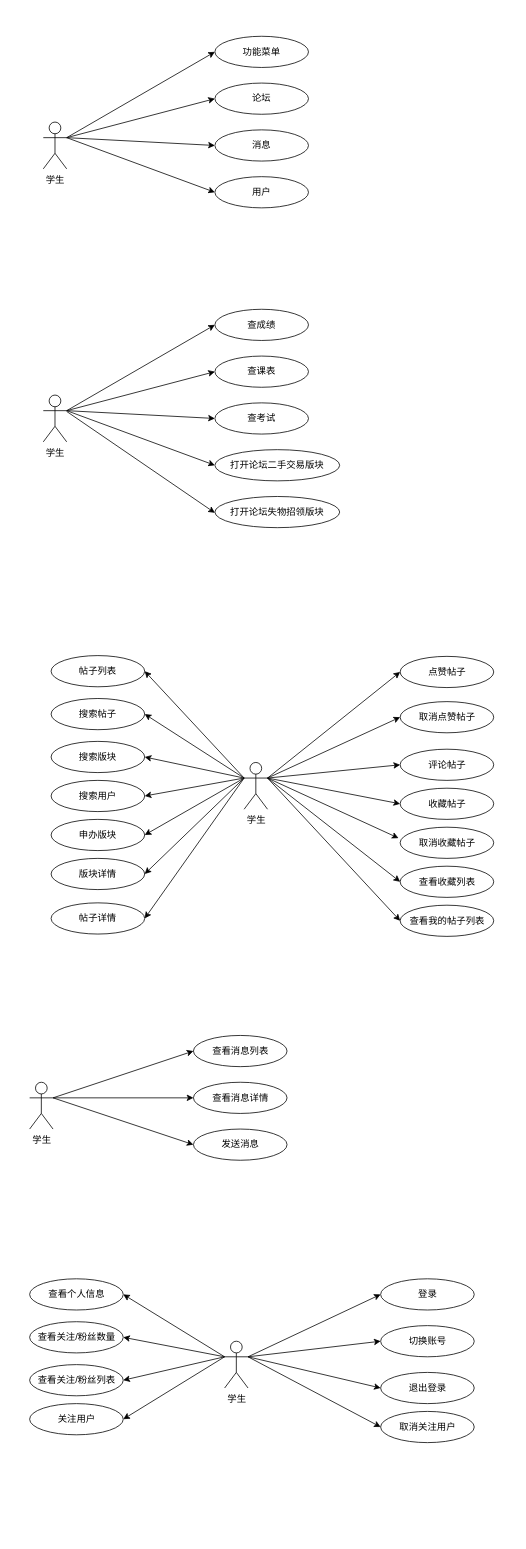
Above: public/用例图.drawio in CodeMonkeyJeffGT/youBack (draw.io), before the change. Source tidied: cells renumbered, new cells numbered last; positions are measured from the earlier drawing's top-left corner, leaving out a move shared by most shapes. Both pictures are drawn from the tidied source at 78%, with x=0, y=0 at pixel (29, 36).
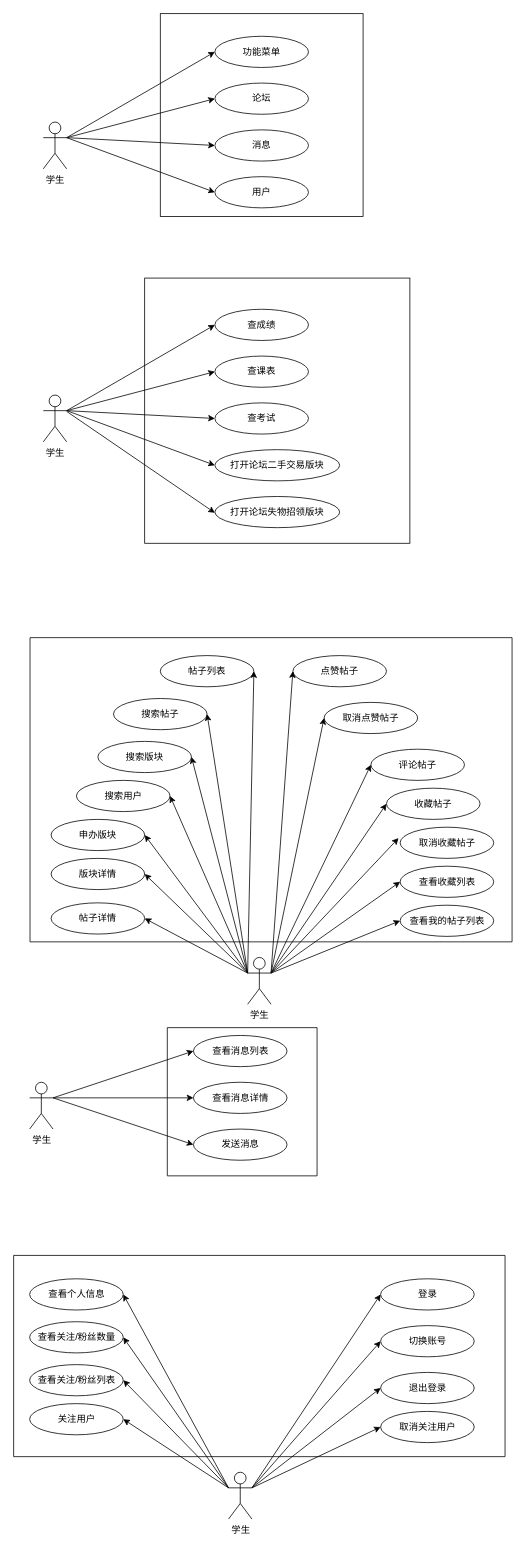
Above is the later version.

Commit message:
更新用例图.drawio

Unchanged cells that the change refers to:
```xml
<mxCell id="30" value="登录" style="ellipse;whiteSpace=wrap;html=1;" parent="1" vertex="1">
  <mxGeometry x="450.5" y="1593" width="120" height="40" as="geometry" />
</mxCell>
<mxCell id="32" value="切换账号" style="ellipse;whiteSpace=wrap;html=1;" parent="1" vertex="1">
  <mxGeometry x="450.5" y="1653" width="120" height="40" as="geometry" />
</mxCell>
<mxCell id="35" value="退出登录" style="ellipse;whiteSpace=wrap;html=1;" parent="1" vertex="1">
  <mxGeometry x="450.5" y="1713" width="120" height="40" as="geometry" />
</mxCell>
<mxCell id="37" value="查看关注/粉丝数量" style="ellipse;whiteSpace=wrap;html=1;" parent="1" vertex="1">
  <mxGeometry x="0.5" y="1648" width="120" height="40" as="geometry" />
</mxCell>
<mxCell id="38" value="查看关注/粉丝列表" style="ellipse;whiteSpace=wrap;html=1;" parent="1" vertex="1">
  <mxGeometry x="0.5" y="1703" width="120" height="40" as="geometry" />
</mxCell>
<mxCell id="42" value="关注用户" style="ellipse;whiteSpace=wrap;html=1;" parent="1" vertex="1">
  <mxGeometry x="0.5" y="1753" width="120" height="40" as="geometry" />
</mxCell>
```

Change to the diagram source:
```diff
@@
+    <mxCell id="75" style="verticalLabelPosition=bottom;verticalAlign=top;html=1;shape=mxgraph.basic.rect;fillColor=#ffffff;fillColor2=none;strokeColor=#000000;strokeWidth=1;size=20;indent=5;" parent="1" vertex="1">
+      <mxGeometry x="-20" y="1563" width="630" height="258" as="geometry" />
+    </mxCell>
+    <mxCell id="76" style="verticalLabelPosition=bottom;verticalAlign=top;html=1;shape=mxgraph.basic.rect;fillColor=#ffffff;fillColor2=none;strokeColor=#000000;strokeWidth=1;size=20;indent=5;" parent="1" vertex="1">
+      <mxGeometry x="177" y="1271" width="192" height="190" as="geometry" />
+    </mxCell>
+    <mxCell id="77" style="verticalLabelPosition=bottom;verticalAlign=top;html=1;shape=mxgraph.basic.rect;fillColor=#ffffff;fillColor2=none;strokeColor=#000000;strokeWidth=1;size=20;indent=5;" parent="1" vertex="1">
+      <mxGeometry x="1" y="771" width="618" height="390" as="geometry" />
+    </mxCell>
+    <mxCell id="78" style="whiteSpace=wrap;html=1;" parent="1" vertex="1">
+      <mxGeometry x="148" y="310" width="340" height="340" as="geometry" />
+    </mxCell>
+    <mxCell id="79" style="whiteSpace=wrap;html=1;" parent="1" vertex="1">
+      <mxGeometry x="168" y="-29" width="260" height="260" as="geometry" />
+    </mxCell>
@@
     <mxCell id="29" value="学生" style="shape=umlActor;verticalLabelPosition=bottom;labelBackgroundColor=#ffffff;verticalAlign=top;html=1;outlineConnect=0;" parent="1" vertex="1">
-      <mxGeometry x="250.5" y="1673" width="30" height="60" as="geometry" />
+      <mxGeometry x="255.5" y="1841" width="30" height="60" as="geometry" />
     </mxCell>
@@
-    <mxCell id="31" style="endArrow=classic;html=1;entryX=0;entryY=0.5;entryDx=0;entryDy=0;" parent="1" edge="1" target="30">
-      <mxGeometry relative="1" as="geometry">
-        <mxPoint x="280.5" y="1693" as="sourcePoint" />
-      </mxGeometry>
+    <mxCell id="31" style="endArrow=classic;html=1;entryX=0;entryY=0.5;entryDx=0;entryDy=0;exitX=1;exitY=0.3333333333333333;exitDx=0;exitDy=0;exitPerimeter=0;" parent="1" edge="1" source="29" target="30">
+      <mxGeometry relative="1" as="geometry" />
     </mxCell>
@@
-    <mxCell id="33" style="endArrow=classic;html=1;entryX=0;entryY=0.5;entryDx=0;entryDy=0;" parent="1" edge="1" target="32">
-      <mxGeometry relative="1" as="geometry">
-        <mxPoint x="280.5" y="1693" as="sourcePoint" />
-      </mxGeometry>
+    <mxCell id="33" style="endArrow=classic;html=1;entryX=0;entryY=0.5;entryDx=0;entryDy=0;exitX=1;exitY=0.3333333333333333;exitDx=0;exitDy=0;exitPerimeter=0;" parent="1" edge="1" source="29" target="32">
+      <mxGeometry relative="1" as="geometry" />
     </mxCell>
-    <mxCell id="34" style="endArrow=classic;html=1;entryX=0;entryY=0.5;entryDx=0;entryDy=0;" parent="1" edge="1" target="35">
-      <mxGeometry relative="1" as="geometry">
-        <mxPoint x="280.5" y="1693" as="sourcePoint" />
-      </mxGeometry>
+    <mxCell id="34" style="endArrow=classic;html=1;entryX=0;entryY=0.5;entryDx=0;entryDy=0;exitX=1;exitY=0.3333333333333333;exitDx=0;exitDy=0;exitPerimeter=0;" parent="1" edge="1" source="29" target="35">
+      <mxGeometry relative="1" as="geometry" />
     </mxCell>
@@
-    <mxCell id="40" style="endArrow=classic;html=1;entryX=1;entryY=0.5;entryDx=0;entryDy=0;" parent="1" edge="1" target="37">
-      <mxGeometry relative="1" as="geometry">
-        <mxPoint x="250.5" y="1693" as="sourcePoint" />
-      </mxGeometry>
+    <mxCell id="40" style="endArrow=classic;html=1;entryX=1;entryY=0.5;entryDx=0;entryDy=0;exitX=0;exitY=0.3333333333333333;exitDx=0;exitDy=0;exitPerimeter=0;" parent="1" edge="1" source="29" target="37">
+      <mxGeometry relative="1" as="geometry" />
     </mxCell>
-    <mxCell id="41" style="endArrow=classic;html=1;entryX=1;entryY=0.5;entryDx=0;entryDy=0;" parent="1" edge="1" target="38">
-      <mxGeometry relative="1" as="geometry">
-        <mxPoint x="250.5" y="1693" as="sourcePoint" />
-      </mxGeometry>
+    <mxCell id="41" style="endArrow=classic;html=1;entryX=1;entryY=0.5;entryDx=0;entryDy=0;exitX=0;exitY=0.3333333333333333;exitDx=0;exitDy=0;exitPerimeter=0;" parent="1" edge="1" source="29" target="38">
+      <mxGeometry relative="1" as="geometry" />
     </mxCell>
@@
-    <mxCell id="43" style="endArrow=classic;html=1;entryX=1;entryY=0.5;entryDx=0;entryDy=0;" parent="1" edge="1" target="42">
-      <mxGeometry relative="1" as="geometry">
-        <mxPoint x="250.5" y="1693" as="sourcePoint" />
-      </mxGeometry>
+    <mxCell id="43" style="endArrow=classic;html=1;entryX=1;entryY=0.5;entryDx=0;entryDy=0;exitX=0;exitY=0.3333333333333333;exitDx=0;exitDy=0;exitPerimeter=0;" parent="1" edge="1" source="29" target="42">
+      <mxGeometry relative="1" as="geometry" />
     </mxCell>
@@
     <mxCell id="46" value="学生" style="shape=umlActor;verticalLabelPosition=bottom;labelBackgroundColor=#ffffff;verticalAlign=top;html=1;outlineConnect=0;" parent="1" vertex="1">
-      <mxGeometry x="275.5" y="931" width="30" height="60" as="geometry" />
+      <mxGeometry x="280" y="1181" width="30" height="60" as="geometry" />
     </mxCell>
@@
     <mxCell id="49" value="点赞帖子" style="ellipse;whiteSpace=wrap;html=1;" parent="1" vertex="1">
-      <mxGeometry x="475.5" y="795" width="120" height="40" as="geometry" />
+      <mxGeometry x="338" y="794" width="120" height="40" as="geometry" />
     </mxCell>
-    <mxCell id="50" style="endArrow=classic;html=1;entryX=0;entryY=0.5;entryDx=0;entryDy=0;" parent="1" edge="1" target="49">
-      <mxGeometry relative="1" as="geometry">
-        <mxPoint x="305.5" y="951" as="sourcePoint" />
-      </mxGeometry>
+    <mxCell id="50" style="endArrow=classic;html=1;entryX=0;entryY=0.5;entryDx=0;entryDy=0;exitX=1;exitY=0.3333333333333333;exitDx=0;exitDy=0;exitPerimeter=0;" parent="1" edge="1" source="46" target="49">
+      <mxGeometry relative="1" as="geometry" />
     </mxCell>
-    <mxCell id="51" style="endArrow=classic;html=1;entryX=0;entryY=0.5;entryDx=0;entryDy=0;" parent="1" edge="1" target="52">
-      <mxGeometry relative="1" as="geometry">
-        <mxPoint x="305.5" y="951" as="sourcePoint" />
-      </mxGeometry>
+    <mxCell id="51" style="endArrow=classic;html=1;entryX=0;entryY=0.5;entryDx=0;entryDy=0;exitX=1;exitY=0.3333333333333333;exitDx=0;exitDy=0;exitPerimeter=0;" parent="1" edge="1" source="46" target="52">
+      <mxGeometry relative="1" as="geometry" />
     </mxCell>
     <mxCell id="52" value="评论帖子" style="ellipse;whiteSpace=wrap;html=1;" parent="1" vertex="1">
-      <mxGeometry x="475.5" y="914" width="120" height="40" as="geometry" />
+      <mxGeometry x="438" y="914" width="120" height="40" as="geometry" />
     </mxCell>
     <mxCell id="53" value="帖子列表" style="ellipse;whiteSpace=wrap;html=1;" parent="1" vertex="1">
-      <mxGeometry x="28" y="794" width="120" height="40" as="geometry" />
+      <mxGeometry x="168" y="794" width="120" height="40" as="geometry" />
     </mxCell>
     <mxCell id="54" value="搜索帖子" style="ellipse;whiteSpace=wrap;html=1;" parent="1" vertex="1">
-      <mxGeometry x="28" y="849" width="120" height="40" as="geometry" />
+      <mxGeometry x="108" y="849" width="120" height="40" as="geometry" />
     </mxCell>
     <mxCell id="55" value="搜索版块" style="ellipse;whiteSpace=wrap;html=1;" parent="1" vertex="1">
-      <mxGeometry x="28" y="904" width="120" height="40" as="geometry" />
+      <mxGeometry x="88" y="904" width="120" height="40" as="geometry" />
     </mxCell>
@@
-    <mxCell id="58" style="endArrow=classic;html=1;entryX=1;entryY=0.5;entryDx=0;entryDy=0;" parent="1" edge="1" target="55">
-      <mxGeometry relative="1" as="geometry">
-        <mxPoint x="275.5" y="951" as="sourcePoint" />
-      </mxGeometry>
+    <mxCell id="58" style="endArrow=classic;html=1;entryX=1;entryY=0.5;entryDx=0;entryDy=0;exitX=0;exitY=0.3333333333333333;exitDx=0;exitDy=0;exitPerimeter=0;" parent="1" edge="1" source="46" target="55">
+      <mxGeometry relative="1" as="geometry" />
     </mxCell>
     <mxCell id="59" value="搜索用户" style="ellipse;whiteSpace=wrap;html=1;" parent="1" vertex="1">
-      <mxGeometry x="28" y="954" width="120" height="40" as="geometry" />
+      <mxGeometry x="60.5" y="954" width="120" height="40" as="geometry" />
     </mxCell>
@@
     <mxCell id="61" value="收藏帖子" style="ellipse;whiteSpace=wrap;html=1;" parent="1" vertex="1">
-      <mxGeometry x="475.5" y="964" width="120" height="40" as="geometry" />
+      <mxGeometry x="458" y="964" width="120" height="40" as="geometry" />
     </mxCell>
@@
     <mxCell id="71" value="取消点赞帖子" style="ellipse;whiteSpace=wrap;html=1;" parent="1" vertex="1">
-      <mxGeometry x="475.5" y="853" width="120" height="40" as="geometry" />
+      <mxGeometry x="378" y="854" width="120" height="40" as="geometry" />
     </mxCell>
```
